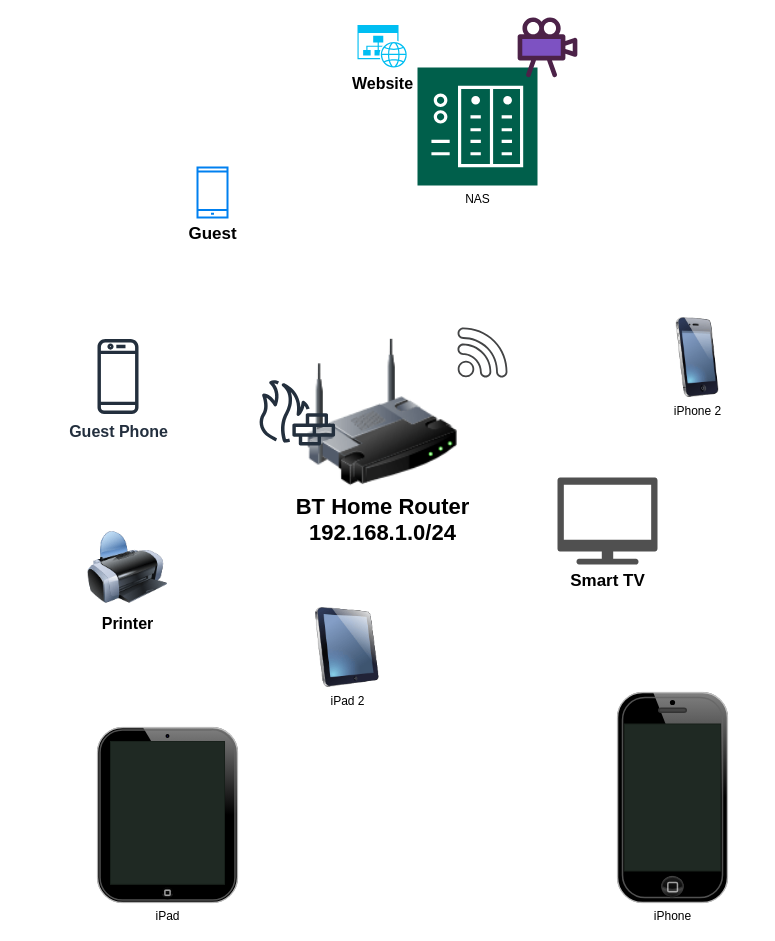
Earlier version of the draw.io diagram page "Basic Home Network" (4 of 4) of Data/Current Simple Diagram.drawio (fahadshery/AnalyticsEdge). Source tidied: cells renumbered, new cells numbered last; positions are measured from the earlier drawing's top-left corner, leaving out a move shared by most shapes. Both pictures are drawn from the tidied source at 100%, with x=0, y=0 at pixel (87, 17). Pictures stored in the file or linked from it are replaced by grey dashed boxes.
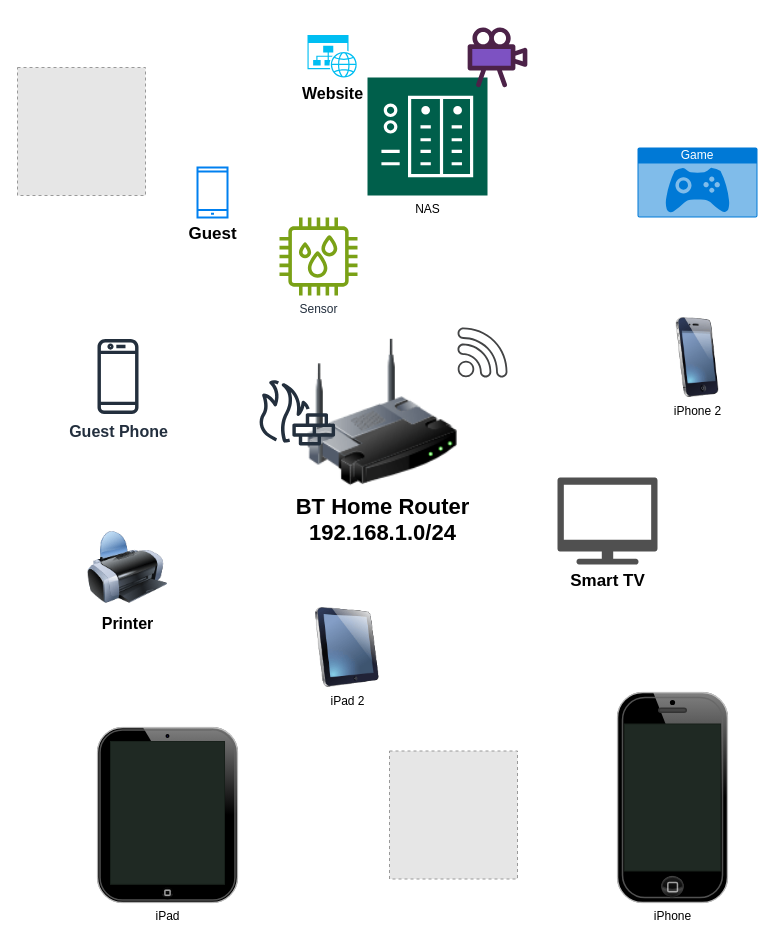
The same diagram, later.

Change to the diagram source:
```diff
@@
 <mxGraphModel>
   <root>
     <mxCell id="0" />
     <mxCell id="1" parent="0" />
     <mxCell id="2" value="BT Home Router&lt;div style=&quot;font-size: 22px;&quot;&gt;192.168.1.0/24&lt;/div&gt;" style="image;html=1;image=img/lib/clip_art/networking/Wireless_Router_128x128.png;fontStyle=1;fontSize=22;" parent="1" vertex="1">
       <mxGeometry x="220" y="320" width="150" height="150" as="geometry" />
     </mxCell>
     <mxCell id="3" value="iPad" style="verticalLabelPosition=bottom;verticalAlign=top;html=1;shadow=0;dashed=0;strokeWidth=1;shape=mxgraph.ios.iPad;bgStyle=bgGreen;fillColor=#aaaaaa;sketch=0;" parent="1" vertex="1">
       <mxGeometry x="10" y="710" width="140" height="175" as="geometry" />
     </mxCell>
     <mxCell id="4" value="iPad 2" style="image;html=1;image=img/lib/clip_art/computers/iPad_128x128.png;" parent="1" vertex="1">
       <mxGeometry x="220" y="590" width="80" height="80" as="geometry" />
     </mxCell>
     <mxCell id="5" value="iPhone" style="verticalLabelPosition=bottom;verticalAlign=top;html=1;shadow=0;dashed=0;strokeWidth=1;shape=mxgraph.ios.iPhone;bgStyle=bgGreen;fillColor=#aaaaaa;sketch=0;" parent="1" vertex="1">
       <mxGeometry x="530" y="675" width="110" height="210" as="geometry" />
     </mxCell>
     <mxCell id="6" value="iPhone 2" style="image;html=1;image=img/lib/clip_art/telecommunication/iPhone_128x128.png;" parent="1" vertex="1">
       <mxGeometry x="570" y="300" width="80" height="80" as="geometry" />
     </mxCell>
     <mxCell id="7" value="Guest" style="html=1;verticalLabelPosition=bottom;align=center;labelBackgroundColor=#ffffff;verticalAlign=top;strokeWidth=2;strokeColor=#0080F0;shadow=0;dashed=0;shape=mxgraph.ios7.icons.smartphone;fontStyle=1;fontSize=17;" parent="1" vertex="1">
       <mxGeometry x="110" y="150" width="30" height="50" as="geometry" />
     </mxCell>
     <mxCell id="8" value="Guest Phone" style="sketch=0;fontColor=#232F3E;gradientColor=none;fillColor=#232F3D;strokeColor=none;dashed=0;verticalLabelPosition=bottom;verticalAlign=top;align=center;html=1;fontSize=16;fontStyle=1;shape=mxgraph.aws4.mobile_client;" parent="1" vertex="1">
       <mxGeometry x="10" y="320" width="41" height="78" as="geometry" />
     </mxCell>
     <mxCell id="9" value="NAS" style="sketch=0;shadow=0;dashed=0;html=1;strokeColor=none;fillColor=#005F4B;labelPosition=center;verticalLabelPosition=bottom;verticalAlign=top;align=center;shape=mxgraph.veeam2.nas;" parent="1" vertex="1">
-      <mxGeometry x="330" y="50" width="120" height="118" as="geometry" />
+      <mxGeometry x="280" y="60" width="120" height="118" as="geometry" />
     </mxCell>
     <mxCell id="10" style="sketch=0;shadow=0;dashed=0;html=1;strokeColor=none;fillColor=#434445;labelPosition=center;verticalLabelPosition=bottom;verticalAlign=top;align=center;shape=mxgraph.vvd.wi_fi;" parent="1" vertex="1">
       <mxGeometry x="370" y="310" width="50" height="50" as="geometry" />
     </mxCell>
     <mxCell id="11" value="Smart TV" style="sketch=0;shadow=0;dashed=0;html=1;strokeColor=none;fillColor=#505050;labelPosition=center;verticalLabelPosition=bottom;verticalAlign=top;align=center;shape=mxgraph.office.devices.tv;fontStyle=1;fontSize=17;" parent="1" vertex="1">
       <mxGeometry x="470" y="460" width="100" height="87" as="geometry" />
     </mxCell>
     <mxCell id="12" value="Printer" style="image;html=1;image=img/lib/clip_art/computers/Printer_128x128.png;fontStyle=1;fontSize=16;" parent="1" vertex="1">
       <mxGeometry y="510" width="80" height="80" as="geometry" />
     </mxCell>
     <mxCell id="13" style="verticalLabelPosition=bottom;html=1;shape=mxgraph.salesforce.media;" parent="1" vertex="1">
-      <mxGeometry x="430" width="60" height="60" as="geometry" />
+      <mxGeometry x="380" y="10" width="60" height="60" as="geometry" />
     </mxCell>
     <mxCell id="14" value="Website" style="verticalLabelPosition=bottom;html=1;verticalAlign=top;align=center;strokeColor=none;fillColor=#00BEF2;shape=mxgraph.azure.website_generic;fontStyle=1;fontSize=16;" parent="1" vertex="1">
-      <mxGeometry x="270" y="7.5" width="50" height="42.5" as="geometry" />
+      <mxGeometry x="220" y="17.5" width="50" height="42.5" as="geometry" />
     </mxCell>
     <mxCell id="15" style="sketch=0;fontColor=#232F3E;gradientColor=none;fillColor=#232F3D;strokeColor=none;dashed=0;verticalLabelPosition=bottom;verticalAlign=top;align=center;html=1;fontSize=12;fontStyle=0;shape=mxgraph.aws4.generic_firewall;" parent="1" vertex="1">
       <mxGeometry x="170" y="362" width="78" height="66" as="geometry" />
     </mxCell>
+    <mxCell id="16" style="fillColor=#E6E6E6;strokeColor=#999999;dashed=1;html=1;verticalAlign=top;verticalLabelPosition=bottom;labelBackgroundColor=#ffffff;" parent="1" vertex="1">
+      <mxGeometry x="302" y="733.5" width="128" height="128" as="geometry" />
+    </mxCell>
+    <mxCell id="17" value="Game" style="html=1;whiteSpace=wrap;strokeColor=none;fillColor=#0079D6;labelPosition=center;verticalLabelPosition=middle;verticalAlign=top;align=center;fontSize=12;spacingTop=-6;fontColor=#FFFFFF;sketch=0;shape=mxgraph.sitemap.game;" parent="1" vertex="1">
+      <mxGeometry x="550" y="130" width="120" height="70" as="geometry" />
+    </mxCell>
+    <mxCell id="18" value="Sensor" style="sketch=0;fontColor=#232F3E;gradientColor=none;fillColor=#7AA116;strokeColor=none;dashed=0;verticalLabelPosition=bottom;verticalAlign=top;align=center;html=1;fontSize=12;fontStyle=0;shape=mxgraph.aws4.iot_thing_humidity_sensor;" parent="1" vertex="1">
+      <mxGeometry x="192" y="200" width="78" height="78" as="geometry" />
+    </mxCell>
+    <mxCell id="19" style="fillColor=#E6E6E6;strokeColor=#999999;dashed=1;html=1;verticalAlign=top;verticalLabelPosition=bottom;labelBackgroundColor=#ffffff;" parent="1" vertex="1">
+      <mxGeometry x="-70" y="50" width="128" height="128" as="geometry" />
+    </mxCell>
   </root>
 </mxGraphModel>
```
